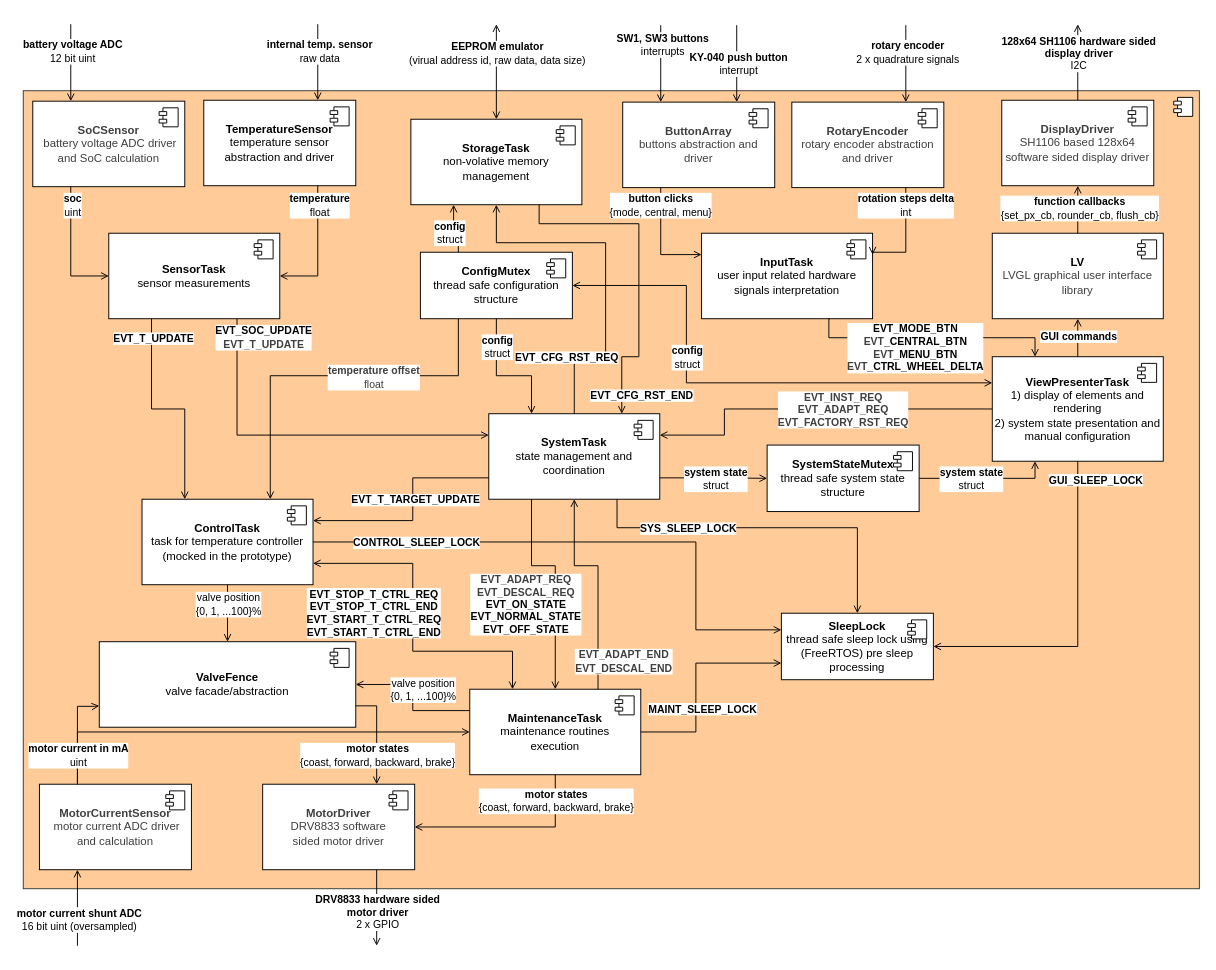
MiraTherm/miratherm-radiator-thermostat-documentation keeps this draw.io diagram as software/diagrams/mt-rt-sw-architecture.drawio. Above is the earlier version. Source tidied: cells renumbered, new cells numbered last; positions are measured from the earlier drawing's top-left corner, leaving out a move shared by most shapes. Both pictures are drawn from the tidied source at 95%, with x=0, y=0 at pixel (23, 24).
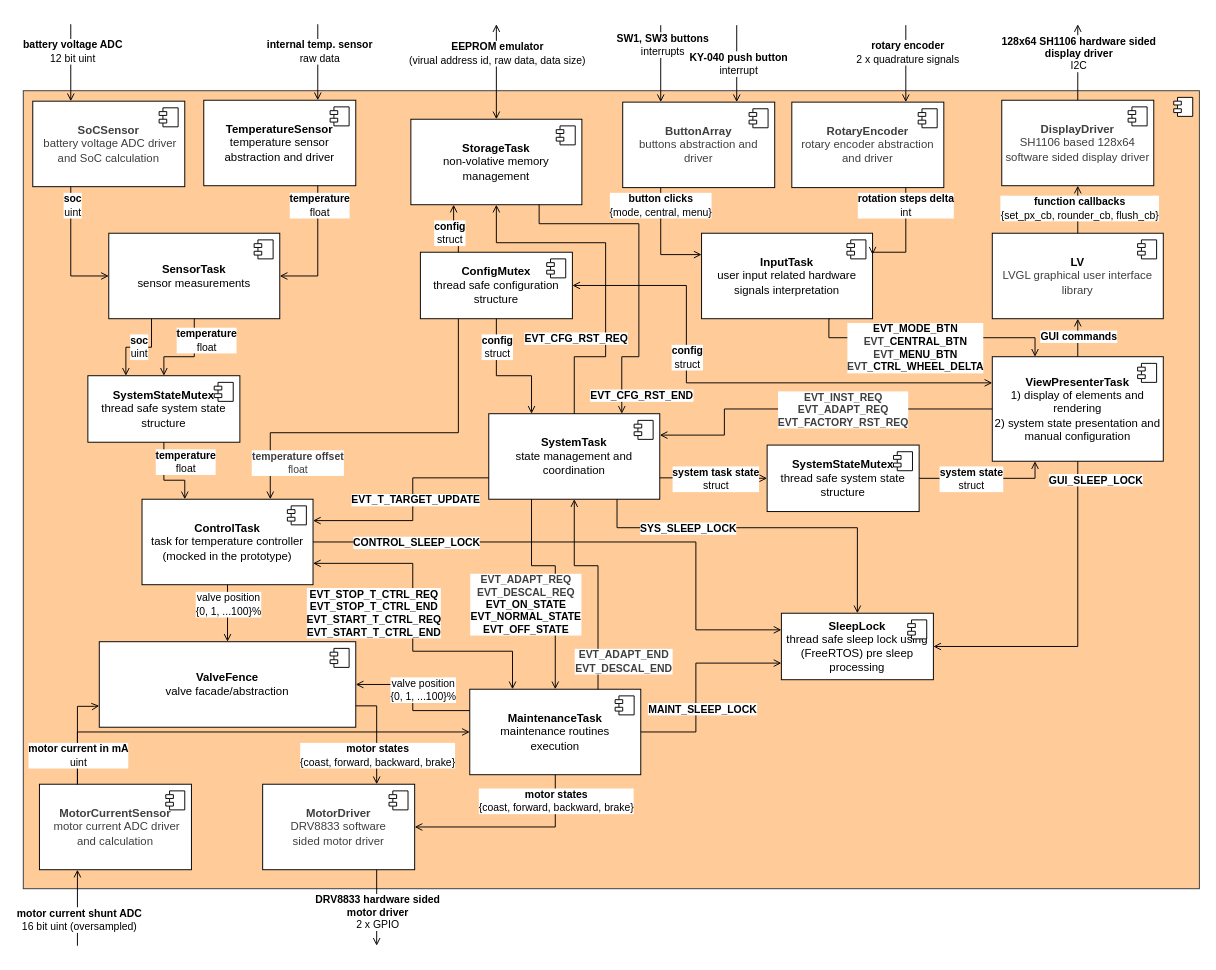
Above is the later version.

Commit message:
🚧 Amend architecture draft

Unchanged cells that the change refers to:
```xml
<mxCell id="4" value="&lt;b&gt;SystemTask&lt;/b&gt;&lt;br&gt;state management and coordination" style="html=1;whiteSpace=wrap;" parent="1" vertex="1">
  <mxGeometry x="490" y="410" width="180" height="90" as="geometry" />
</mxCell>
<mxCell id="8" value="&lt;b&gt;ControlTask&lt;/b&gt;&lt;br&gt;task for temperature controller&lt;br&gt;(mocked in the prototype)" style="html=1;whiteSpace=wrap;" parent="1" vertex="1">
  <mxGeometry x="125" y="500" width="180" height="90" as="geometry" />
</mxCell>
<mxCell id="14" value="&lt;b&gt;SensorTask&lt;/b&gt;&lt;br&gt;&lt;div&gt;sensor measurements&lt;/div&gt;" style="html=1;whiteSpace=wrap;" parent="1" vertex="1">
  <mxGeometry x="90" y="220" width="180" height="90" as="geometry" />
</mxCell>
<mxCell id="97" value="&lt;b&gt;ConfigMutex&lt;br&gt;&lt;/b&gt;thread safe configuration structure" style="html=1;whiteSpace=wrap;" parent="1" vertex="1">
  <mxGeometry x="418" y="240" width="160" height="70" as="geometry" />
</mxCell>
<mxCell id="109" style="endArrow=open;html=1;rounded=0;entryX=0;entryY=0.5;entryDx=0;entryDy=0;endFill=0;exitX=1;exitY=0.75;exitDx=0;exitDy=0;edgeStyle=orthogonalEdgeStyle;startArrow=none;startFill=0;" parent="1" edge="1" source="4" target="105">
  <mxGeometry relative="1" as="geometry" />
</mxCell>
<mxCell id="111" style="endArrow=none;html=1;rounded=0;endFill=0;edgeStyle=orthogonalEdgeStyle;exitX=0.5;exitY=1;exitDx=0;exitDy=0;startArrow=open;startFill=0;entryX=0.5;entryY=0;entryDx=0;entryDy=0;" parent="1" edge="1" source="16" target="4">
  <mxGeometry relative="1" as="geometry">
    <Array as="points">
      <mxPoint x="498" y="230" />
      <mxPoint x="613" y="230" />
      <mxPoint x="613" y="350" />
      <mxPoint x="580" y="350" />
    </Array>
  </mxGeometry>
</mxCell>
```

Change to the diagram source:
```diff
@@
-    <mxCell id="77" style="endArrow=open;html=1;rounded=0;entryX=0.25;entryY=0;entryDx=0;entryDy=0;endFill=0;exitX=0.25;exitY=1;exitDx=0;exitDy=0;edgeStyle=orthogonalEdgeStyle;" parent="1" edge="1" source="14" target="8">
-      <mxGeometry relative="1" as="geometry" />
-    </mxCell>
-    <mxCell id="78" value="&lt;b&gt;EVT_T_UPDATE&lt;/b&gt;" style="edgeLabel;html=1;align=center;verticalAlign=middle;" parent="77" vertex="1">
-      <mxGeometry x="-0.3" relative="1" as="geometry">
-        <mxPoint x="1" y="-59" as="offset" />
-      </mxGeometry>
-    </mxCell>
-    <mxCell id="79" style="endArrow=open;html=1;rounded=0;endFill=0;edgeStyle=orthogonalEdgeStyle;exitX=0.75;exitY=1;exitDx=0;exitDy=0;entryX=0;entryY=0.25;entryDx=0;entryDy=0;" parent="1" edge="1" source="14" target="4">
-      <mxGeometry relative="1" as="geometry">
-        <Array as="points">
-          <mxPoint x="225" y="433" />
-        </Array>
-      </mxGeometry>
-    </mxCell>
-    <mxCell id="80" value="&lt;b&gt;EVT_SOC_UPDATE&lt;br&gt;&lt;/b&gt;&lt;b style=&quot;color: rgb(63, 63, 63); scrollbar-color: rgb(226, 226, 226) rgb(251, 251, 251);&quot;&gt;EVT_T_UPDATE&lt;/b&gt;&lt;b&gt;&lt;/b&gt;" style="edgeLabel;html=1;align=center;verticalAlign=middle;" parent="79" vertex="1">
-      <mxGeometry x="-0.3" relative="1" as="geometry">
-        <mxPoint x="14" y="-103" as="offset" />
-      </mxGeometry>
-    </mxCell>
@@
     <mxCell id="93" style="endArrow=open;html=1;rounded=0;endFill=0;entryX=0.75;entryY=0;entryDx=0;entryDy=0;exitX=0.25;exitY=1;exitDx=0;exitDy=0;edgeStyle=orthogonalEdgeStyle;" parent="1" edge="1" source="97" target="8">
       <mxGeometry relative="1" as="geometry">
         <Array as="points">
-          <mxPoint x="458" y="370" />
-          <mxPoint x="260" y="370" />
+          <mxPoint x="458" y="430" />
+          <mxPoint x="260" y="430" />
         </Array>
       </mxGeometry>
     </mxCell>
     <mxCell id="94" value="&lt;b style=&quot;scrollbar-color: rgb(226, 226, 226) rgb(251, 251, 251); color: rgb(63, 63, 63);&quot;&gt;temperature offset&lt;/b&gt;&lt;div&gt;&lt;span style=&quot;scrollbar-color: rgb(226, 226, 226) rgb(251, 251, 251); color: rgb(63, 63, 63);&quot;&gt;float&lt;/span&gt;&lt;/div&gt;" style="edgeLabel;html=1;align=center;verticalAlign=middle;" parent="93" vertex="1">
       <mxGeometry x="-0.82" relative="1" as="geometry">
-        <mxPoint x="-90" y="26" as="offset" />
+        <mxPoint x="-170" y="116" as="offset" />
       </mxGeometry>
     </mxCell>
@@
-    <mxCell id="110" value="&lt;b&gt;system state&lt;/b&gt;&lt;br&gt;&lt;div&gt;struct&lt;/div&gt;" style="edgeLabel;html=1;align=center;verticalAlign=middle;" parent="109" vertex="1">
+    <mxCell id="110" value="&lt;b&gt;system task state&lt;/b&gt;&lt;br&gt;&lt;div&gt;struct&lt;/div&gt;" style="edgeLabel;html=1;align=center;verticalAlign=middle;" parent="109" vertex="1">
       <mxGeometry x="-0.72" y="-1" relative="1" as="geometry">
         <mxPoint x="42" as="offset" />
       </mxGeometry>
     </mxCell>
@@
     <mxCell id="112" value="&lt;b&gt;EVT_CFG_RST_REQ&lt;/b&gt;" style="edgeLabel;html=1;align=center;verticalAlign=middle;" parent="111" vertex="1">
       <mxGeometry x="-0.72" y="-1" relative="1" as="geometry">
-        <mxPoint x="61" y="119" as="offset" />
+        <mxPoint x="71" y="99" as="offset" />
       </mxGeometry>
     </mxCell>
@@
+    <mxCell id="123" value="&lt;b&gt;SystemStateMutex&lt;br&gt;&lt;/b&gt;thread safe system state structure" style="html=1;whiteSpace=wrap;" parent="1" vertex="1">
+      <mxGeometry x="68" y="370" width="160" height="70" as="geometry" />
+    </mxCell>
+    <mxCell id="124" style="shape=module;jettyWidth=8;jettyHeight=4;" parent="123" vertex="1">
+      <mxGeometry x="1" width="20" height="20" relative="1" as="geometry">
+        <mxPoint x="-27" y="7" as="offset" />
+      </mxGeometry>
+    </mxCell>
+    <mxCell id="125" style="endArrow=open;html=1;rounded=0;entryX=0.25;entryY=0;entryDx=0;entryDy=0;endFill=0;exitX=0.25;exitY=1;exitDx=0;exitDy=0;edgeStyle=orthogonalEdgeStyle;" parent="1" edge="1" source="14" target="123">
+      <mxGeometry relative="1" as="geometry">
+        <Array as="points">
+          <mxPoint x="135" y="340" />
+          <mxPoint x="108" y="340" />
+        </Array>
+      </mxGeometry>
+    </mxCell>
+    <mxCell id="126" value="&lt;b&gt;soc&lt;/b&gt;&lt;br&gt;uint" style="edgeLabel;html=1;align=center;verticalAlign=middle;" parent="125" vertex="1">
+      <mxGeometry x="-0.3" relative="1" as="geometry">
+        <mxPoint x="-14" y="-1" as="offset" />
+      </mxGeometry>
+    </mxCell>
+    <mxCell id="127" style="endArrow=open;html=1;rounded=0;entryX=0.5;entryY=0;entryDx=0;entryDy=0;endFill=0;exitX=0.5;exitY=1;exitDx=0;exitDy=0;edgeStyle=orthogonalEdgeStyle;" parent="1" edge="1" source="14" target="123">
+      <mxGeometry relative="1" as="geometry">
+        <Array as="points">
+          <mxPoint x="180" y="350" />
+          <mxPoint x="148" y="350" />
+        </Array>
+      </mxGeometry>
+    </mxCell>
+    <mxCell id="128" value="&lt;b&gt;temperature &lt;/b&gt;&lt;br&gt;float" style="edgeLabel;html=1;align=center;verticalAlign=middle;" parent="127" vertex="1">
+      <mxGeometry x="-0.3" relative="1" as="geometry">
+        <mxPoint x="12" y="-10" as="offset" />
+      </mxGeometry>
+    </mxCell>
+    <mxCell id="129" style="endArrow=open;html=1;rounded=0;entryX=0.25;entryY=0;entryDx=0;entryDy=0;endFill=0;exitX=0.5;exitY=1;exitDx=0;exitDy=0;edgeStyle=orthogonalEdgeStyle;" parent="1" edge="1" source="123" target="8">
+      <mxGeometry relative="1" as="geometry">
+        <Array as="points">
+          <mxPoint x="148" y="480" />
+          <mxPoint x="170" y="480" />
+        </Array>
+      </mxGeometry>
+    </mxCell>
+    <mxCell id="130" value="&lt;b&gt;temperature &lt;/b&gt;&lt;br&gt;float" style="edgeLabel;html=1;align=center;verticalAlign=middle;" parent="129" vertex="1">
+      <mxGeometry x="-0.3" relative="1" as="geometry">
+        <mxPoint x="22" y="-9" as="offset" />
+      </mxGeometry>
+    </mxCell>
```
